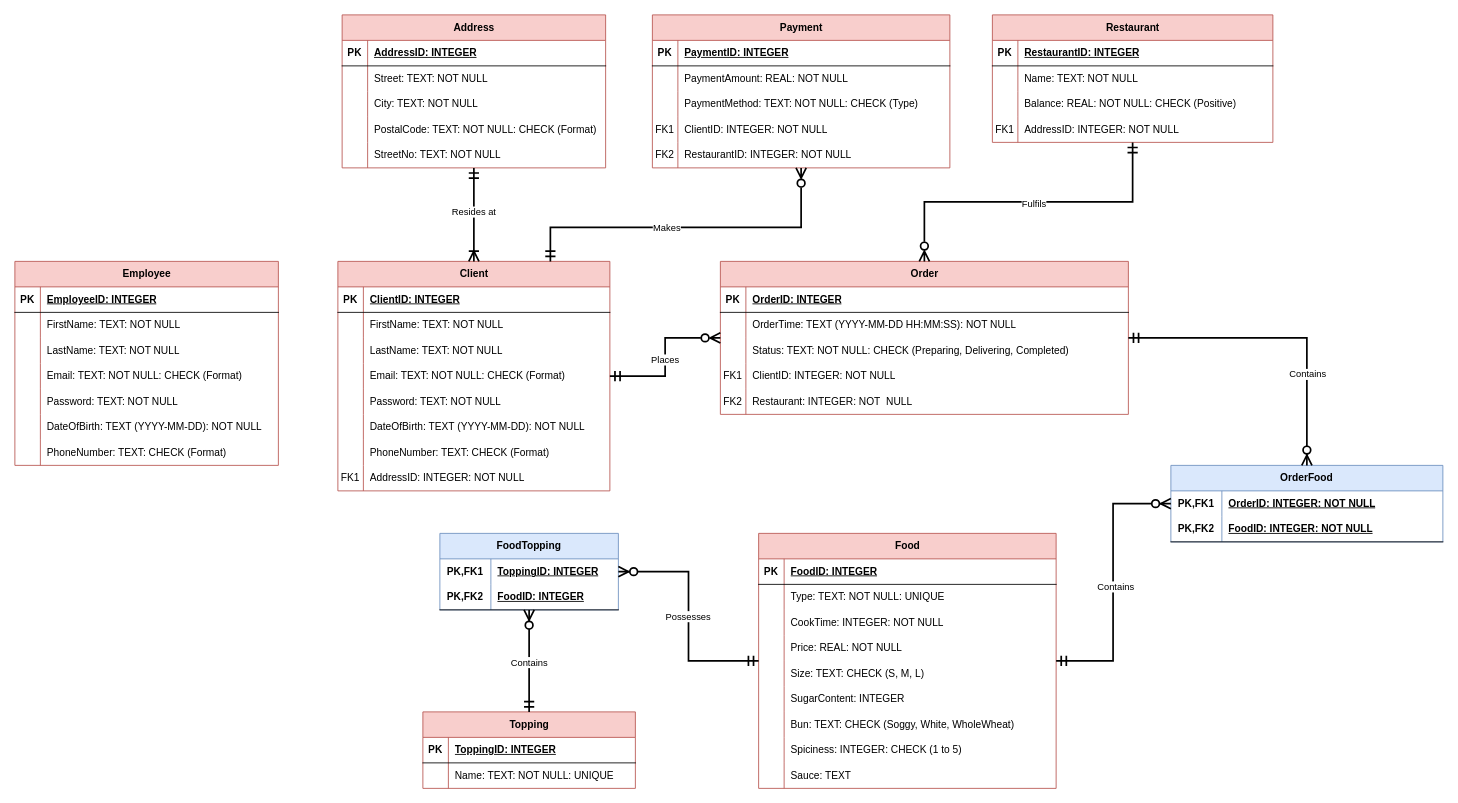
Vacheprime/FoodDeliverySystem keeps this draw.io diagram as Documents/Diagrams/FoodDeliverySystemERD.drawio. Above is the earlier version. Source tidied: cells renumbered, new cells numbered last; positions are measured from the earlier drawing's top-left corner, leaving out a move shared by most shapes. Both pictures are drawn from the tidied source at 85%, with x=0, y=0 at pixel (14, 14).
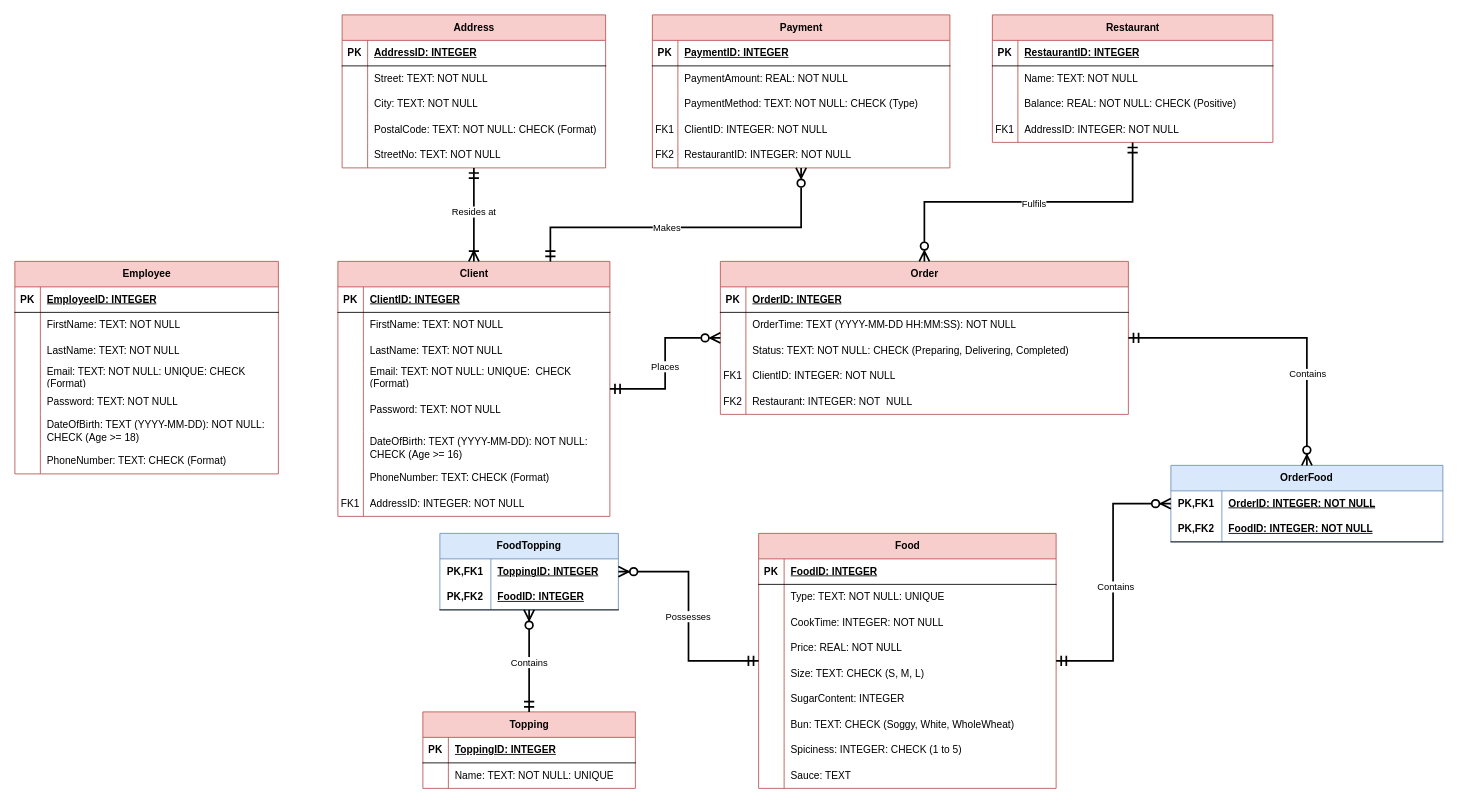
The same page after the edit.

Commit message (it also covers changes not shown here):
Updated the ER diagram. Added check constraint on date of birth and unique constraint on email addresses.

Unchanged cells that the change refers to:
```xml
<mxCell id="12" style="shape=tableRow;horizontal=0;startSize=0;swimlaneHead=0;swimlaneBody=0;fillColor=none;top=0;left=0;right=0;bottom=0;" parent="2" vertex="1">
  <mxGeometry y="120" width="320" height="30" as="geometry" />
</mxCell>
<mxCell id="37" style="shape=tableRow;horizontal=0;startSize=0;swimlaneHead=0;swimlaneBody=0;fillColor=none;top=0;left=0;right=0;bottom=0;" parent="27" vertex="1">
  <mxGeometry y="120" width="310" height="30" as="geometry" />
</mxCell>
```

What changed in the source:
```diff
@@
     <mxCell id="2" value="Client" style="shape=table;startSize=30;childLayout=tableLayout;rowLines=0;fontStyle=1;align=center;html=1;fillColor=#f8cecc;strokeColor=#b85450;" parent="1" vertex="1">
-      <mxGeometry x="380" y="290" width="320" height="270" as="geometry" />
+      <mxGeometry x="380" y="290" width="320" height="300" as="geometry" />
     </mxCell>
@@
-    <mxCell id="14" value="Email: TEXT: NOT NULL: CHECK (Format)" style="shape=partialRectangle;fillColor=none;top=0;left=0;bottom=0;right=0;align=left;spacingLeft=6;overflow=hidden;whiteSpace=wrap;html=1;" parent="12" vertex="1">
+    <mxCell id="14" value="Email: TEXT: NOT NULL: UNIQUE:&amp;nbsp; CHECK (Format)" style="shape=partialRectangle;fillColor=none;top=0;left=0;bottom=0;right=0;align=left;spacingLeft=6;overflow=hidden;whiteSpace=wrap;html=1;" parent="12" vertex="1">
       <mxGeometry x="30" width="290" height="30" as="geometry" />
     </mxCell>
     <mxCell id="15" style="shape=tableRow;horizontal=0;startSize=0;swimlaneHead=0;swimlaneBody=0;fillColor=none;top=0;left=0;right=0;bottom=0;" parent="2" vertex="1">
-      <mxGeometry y="150" width="320" height="30" as="geometry" />
+      <mxGeometry y="150" width="320" height="50" as="geometry" />
     </mxCell>
     <mxCell id="16" style="shape=partialRectangle;fillColor=none;top=0;left=0;bottom=0;right=0;overflow=hidden;whiteSpace=wrap;html=1;" parent="15" vertex="1">
-      <mxGeometry width="30" height="30" as="geometry" />
+      <mxGeometry width="30" height="50" as="geometry" />
     </mxCell>
     <mxCell id="17" value="Password: TEXT: NOT NULL" style="shape=partialRectangle;fillColor=none;top=0;left=0;bottom=0;right=0;align=left;spacingLeft=6;overflow=hidden;whiteSpace=wrap;html=1;" parent="15" vertex="1">
-      <mxGeometry x="30" width="290" height="30" as="geometry" />
+      <mxGeometry x="30" width="290" height="50" as="geometry" />
     </mxCell>
     <mxCell id="18" style="shape=tableRow;horizontal=0;startSize=0;swimlaneHead=0;swimlaneBody=0;fillColor=none;top=0;left=0;right=0;bottom=0;" parent="2" vertex="1">
-      <mxGeometry y="180" width="320" height="30" as="geometry" />
+      <mxGeometry y="200" width="320" height="40" as="geometry" />
     </mxCell>
     <mxCell id="19" style="shape=partialRectangle;fillColor=none;top=0;left=0;bottom=0;right=0;overflow=hidden;whiteSpace=wrap;html=1;" parent="18" vertex="1">
-      <mxGeometry width="30" height="30" as="geometry" />
+      <mxGeometry width="30" height="40" as="geometry" />
     </mxCell>
-    <mxCell id="20" value="DateOfBirth: TEXT (YYYY-MM-DD): NOT NULL" style="shape=partialRectangle;fillColor=none;top=0;left=0;bottom=0;right=0;align=left;spacingLeft=6;overflow=hidden;whiteSpace=wrap;html=1;" parent="18" vertex="1">
-      <mxGeometry x="30" width="290" height="30" as="geometry" />
+    <mxCell id="20" value="DateOfBirth: TEXT (YYYY-MM-DD): NOT NULL: CHECK (Age &amp;gt;= 16)" style="shape=partialRectangle;fillColor=none;top=0;left=0;bottom=0;right=0;align=left;spacingLeft=6;overflow=hidden;whiteSpace=wrap;html=1;" parent="18" vertex="1">
+      <mxGeometry x="30" width="290" height="40" as="geometry" />
     </mxCell>
     <mxCell id="21" style="shape=tableRow;horizontal=0;startSize=0;swimlaneHead=0;swimlaneBody=0;fillColor=none;top=0;left=0;right=0;bottom=0;" parent="2" vertex="1">
-      <mxGeometry y="210" width="320" height="30" as="geometry" />
+      <mxGeometry y="240" width="320" height="30" as="geometry" />
     </mxCell>
@@
     <mxCell id="24" style="shape=tableRow;horizontal=0;startSize=0;swimlaneHead=0;swimlaneBody=0;fillColor=none;top=0;left=0;right=0;bottom=0;" parent="2" vertex="1">
-      <mxGeometry y="240" width="320" height="30" as="geometry" />
+      <mxGeometry y="270" width="320" height="30" as="geometry" />
     </mxCell>
@@
     <mxCell id="27" value="Employee" style="shape=table;startSize=30;childLayout=tableLayout;rowLines=0;fontStyle=1;align=center;html=1;fillColor=#f8cecc;strokeColor=#b85450;" parent="1" vertex="1">
-      <mxGeometry y="290" width="310" height="240" as="geometry" />
+      <mxGeometry y="290" width="310" height="250" as="geometry" />
     </mxCell>
@@
-    <mxCell id="39" value="Email: TEXT: NOT NULL: CHECK (Format)" style="shape=partialRectangle;fillColor=none;top=0;left=0;bottom=0;right=0;align=left;spacingLeft=6;overflow=hidden;whiteSpace=wrap;html=1;" parent="37" vertex="1">
+    <mxCell id="39" value="Email: TEXT: NOT NULL: UNIQUE: CHECK (Format)" style="shape=partialRectangle;fillColor=none;top=0;left=0;bottom=0;right=0;align=left;spacingLeft=6;overflow=hidden;whiteSpace=wrap;html=1;" parent="37" vertex="1">
       <mxGeometry x="30" width="280" height="30" as="geometry" />
     </mxCell>
@@
     <mxCell id="43" style="shape=tableRow;horizontal=0;startSize=0;swimlaneHead=0;swimlaneBody=0;fillColor=none;top=0;left=0;right=0;bottom=0;" parent="27" vertex="1">
-      <mxGeometry y="180" width="310" height="30" as="geometry" />
+      <mxGeometry y="180" width="310" height="40" as="geometry" />
     </mxCell>
     <mxCell id="44" style="shape=partialRectangle;fillColor=none;top=0;left=0;bottom=0;right=0;overflow=hidden;whiteSpace=wrap;html=1;" parent="43" vertex="1">
-      <mxGeometry width="30" height="30" as="geometry" />
+      <mxGeometry width="30" height="40" as="geometry" />
     </mxCell>
-    <mxCell id="45" value="DateOfBirth: TEXT (YYYY-MM-DD): NOT NULL" style="shape=partialRectangle;fillColor=none;top=0;left=0;bottom=0;right=0;align=left;spacingLeft=6;overflow=hidden;whiteSpace=wrap;html=1;" parent="43" vertex="1">
-      <mxGeometry x="30" width="280" height="30" as="geometry" />
+    <mxCell id="45" value="DateOfBirth: TEXT (YYYY-MM-DD): NOT NULL: CHECK (Age &amp;gt;= 18)" style="shape=partialRectangle;fillColor=none;top=0;left=0;bottom=0;right=0;align=left;spacingLeft=6;overflow=hidden;whiteSpace=wrap;html=1;" parent="43" vertex="1">
+      <mxGeometry x="30" width="280" height="40" as="geometry" />
     </mxCell>
     <mxCell id="46" style="shape=tableRow;horizontal=0;startSize=0;swimlaneHead=0;swimlaneBody=0;fillColor=none;top=0;left=0;right=0;bottom=0;" parent="27" vertex="1">
-      <mxGeometry y="210" width="310" height="30" as="geometry" />
+      <mxGeometry y="220" width="310" height="30" as="geometry" />
     </mxCell>
```
